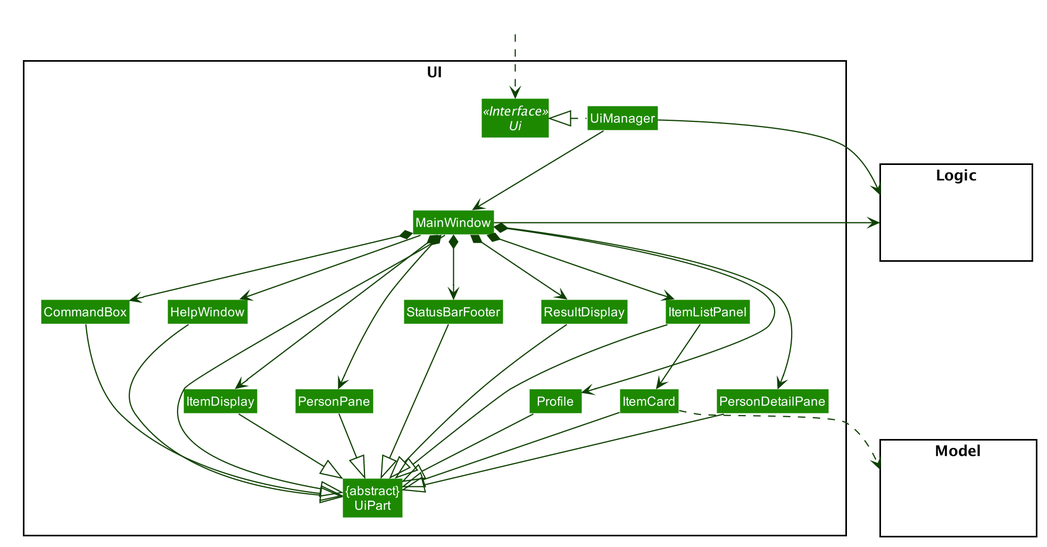
Before: docs/images/UiClassDiagram.png, a diagram exported from PlantUML (wardetu/main). Source of this version:
```plantuml
@startuml








skinparam BackgroundColor #DDDDDDD

skinparam Shadowing false

skinparam Class {
    FontColor #FFFFFF
    BorderThickness 1
    BorderColor #FFFFFF
    StereotypeFontColor #FFFFFF
    FontName Arial
}

skinparam Actor {
    BorderColor #000000
    Color #000000
    FontName Arial
}

skinparam Sequence {
    MessageAlign center
    BoxFontSize 15
    BoxPadding 0
    BoxFontColor #FFFFFF
    FontName Arial
}

skinparam Participant {
    FontColor #FFFFFFF
    Padding 20
}

skinparam MinClassWidth 50
skinparam ParticipantPadding 10
skinparam Shadowing false
skinparam DefaultTextAlignment center
skinparam packageStyle Rectangle

hide footbox
hide members
hide circle
skinparam arrowThickness 1.1
skinparam arrowColor #0E4100
skinparam classBackgroundColor #1D8900

package UI <<Rectangle>>{
Interface Ui <<Interface>>
Class "{abstract}\nUiPart" as UiPart
Class UiManager
Class MainWindow
Class HelpWindow
Class ResultDisplay
Class ItemDisplay
Class ItemListPanel
Class PersonPane
Class Profile
Class PersonDetailPane
Class ItemCard
Class StatusBarFooter
Class CommandBox
}

package Model <<Rectangle>> {
Class HiddenModel #FFFFFF
}

package Logic <<Rectangle>> {
Class HiddenLogic #FFFFFF
}

Class HiddenOutside #FFFFFF
HiddenOutside ..> Ui

UiManager .left.|> Ui
UiManager -down-> MainWindow
MainWindow --> HelpWindow

MainWindow *-down-> ItemDisplay
MainWindow *-down-> CommandBox
MainWindow *-down-> ResultDisplay
MainWindow *-down-> ItemListPanel
MainWindow *-down-> StatusBarFooter
MainWindow *-down-> PersonPane
MainWindow *-down-> PersonDetailPane
MainWindow *-down-> Profile

ItemListPanel -down-> ItemCard

MainWindow -left-|> UiPart
ItemDisplay --|> UiPart
ResultDisplay --|> UiPart
CommandBox --|> UiPart
ItemListPanel --|> UiPart
ItemCard --|> UiPart
StatusBarFooter --|> UiPart
PersonDetailPane --|> UiPart
PersonPane --|> UiPart
Profile --|> UiPart
HelpWindow -down-|> UiPart

UiManager -right-> Logic
MainWindow -left-> Logic
ItemCard ..> Model


ItemListPanel -[hidden]left- HelpWindow
HelpWindow -[hidden]left- CommandBox
CommandBox -[hidden]left- ResultDisplay
ResultDisplay -[hidden]left- StatusBarFooter

MainWindow -[hidden]-|> UiPart
@enduml
```
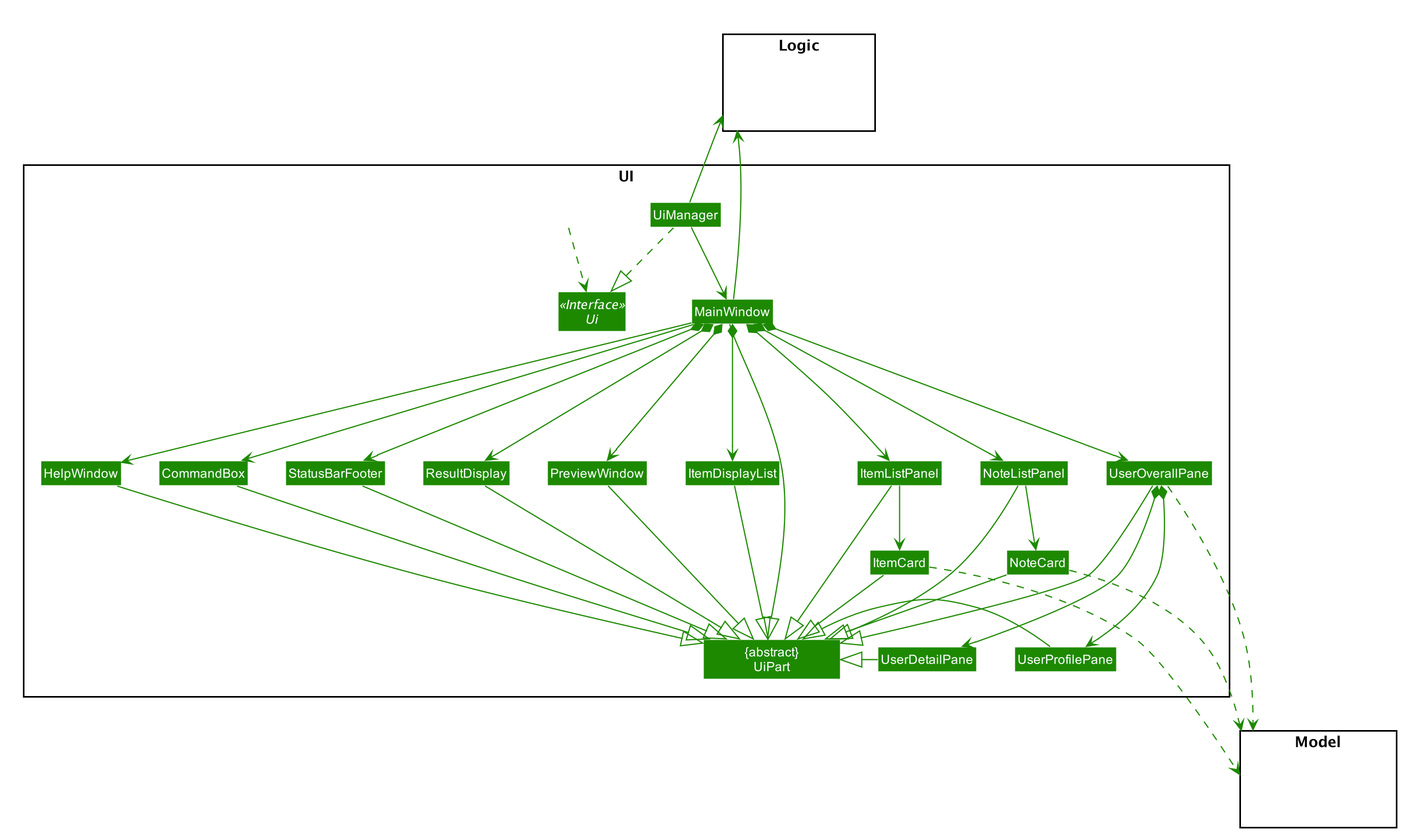
After the change.

Diff of the diagram source:
```diff
@@ -1,4 +1,5 @@
 @startuml
+
 
 
 
@@ -48,24 +49,82 @@
 hide members
 hide circle
 skinparam arrowThickness 1.1
-skinparam arrowColor #0E4100
+skinparam arrowColor #1D8900
 skinparam classBackgroundColor #1D8900
 
 package UI <<Rectangle>>{
 Interface Ui <<Interface>>
-Class "{abstract}\nUiPart" as UiPart
+Class "            {abstract}            \n            UiPart            " as UiPart
 Class UiManager
 Class MainWindow
 Class HelpWindow
 Class ResultDisplay
-Class ItemDisplay
+Class ItemDisplayList
+Class ItemCard
 Class ItemListPanel
-Class PersonPane
-Class Profile
-Class PersonDetailPane
-Class ItemCard
+Class UserDetailPane
+Class UserOverallPane
+Class UserProfilePane
+Class NoteListPanel
+Class NoteCard
 Class StatusBarFooter
 Class CommandBox
+Class PreviewWindow
+
+Class HiddenOutside #FFFFFF
+HiddenOutside ..> Ui
+
+UiManager ..|> Ui
+UiManager --> MainWindow
+
+MainWindow ---> HelpWindow
+MainWindow ---> CommandBox
+
+MainWindow *---> ResultDisplay
+MainWindow *---> StatusBarFooter
+MainWindow *---> PreviewWindow
+MainWindow *---> ItemDisplayList
+
+MainWindow *---> ItemListPanel
+MainWindow *---> UserOverallPane
+MainWindow *---> NoteListPanel
+
+ItemListPanel --> ItemCard
+NoteListPanel --> NoteCard
+UserOverallPane *->UserProfilePane
+UserOverallPane *->UserDetailPane
+
+MainWindow ---|> UiPart
+ItemDisplayList ---|> UiPart
+ResultDisplay ---|> UiPart
+CommandBox ---|> UiPart
+PreviewWindow ---|> UiPart
+ItemCard --|> UiPart
+NoteCard --|> UiPart
+StatusBarFooter ---|> UiPart
+UserDetailPane -left-|> UiPart
+UserProfilePane -left-|> UiPart
+HelpWindow ---|> UiPart
+UserOverallPane ---|> UiPart
+ItemListPanel ---|> UiPart
+NoteListPanel ---|> UiPart
+
+UiManager -u-> Logic
+MainWindow -u-> Logic
+ItemCard ...> Model
+NoteCard ...> Model
+UserOverallPane ...> Model
+
+HelpWindow -[hidden]right- CommandBox
+CommandBox -[hidden]left- ResultDisplay
+ResultDisplay -[hidden]left- StatusBarFooter
+
+NoteListPanel -[hidden]left- PreviewWindow
+NoteListPanel -[hidden]left- UserOverallPane
+
+
+MainWindow -[hidden]-|> UiPart
+
 }
 
 package Model <<Rectangle>> {
@@ -75,46 +134,4 @@
 package Logic <<Rectangle>> {
 Class HiddenLogic #FFFFFF
 }
-
-Class HiddenOutside #FFFFFF
-HiddenOutside ..> Ui
-
-UiManager .left.|> Ui
-UiManager -down-> MainWindow
-MainWindow --> HelpWindow
-
-MainWindow *-down-> ItemDisplay
-MainWindow *-down-> CommandBox
-MainWindow *-down-> ResultDisplay
-MainWindow *-down-> ItemListPanel
-MainWindow *-down-> StatusBarFooter
-MainWindow *-down-> PersonPane
-MainWindow *-down-> PersonDetailPane
-MainWindow *-down-> Profile
-
-ItemListPanel -down-> ItemCard
-
-MainWindow -left-|> UiPart
-ItemDisplay --|> UiPart
-ResultDisplay --|> UiPart
-CommandBox --|> UiPart
-ItemListPanel --|> UiPart
-ItemCard --|> UiPart
-StatusBarFooter --|> UiPart
-PersonDetailPane --|> UiPart
-PersonPane --|> UiPart
-Profile --|> UiPart
-HelpWindow -down-|> UiPart
-
-UiManager -right-> Logic
-MainWindow -left-> Logic
-ItemCard ..> Model
-
-
-ItemListPanel -[hidden]left- HelpWindow
-HelpWindow -[hidden]left- CommandBox
-CommandBox -[hidden]left- ResultDisplay
-ResultDisplay -[hidden]left- StatusBarFooter
-
-MainWindow -[hidden]-|> UiPart
 @enduml
```
